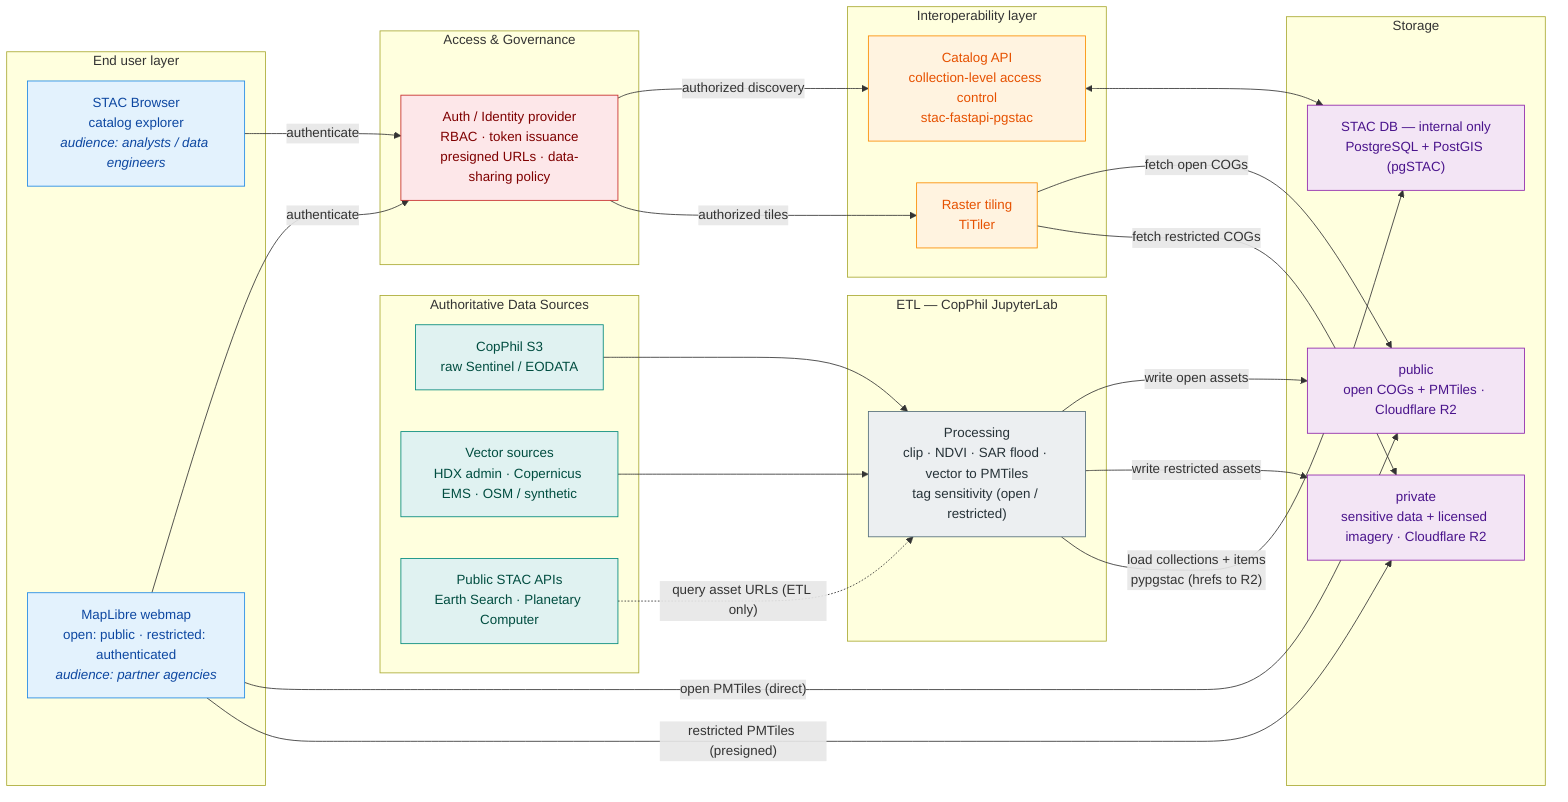
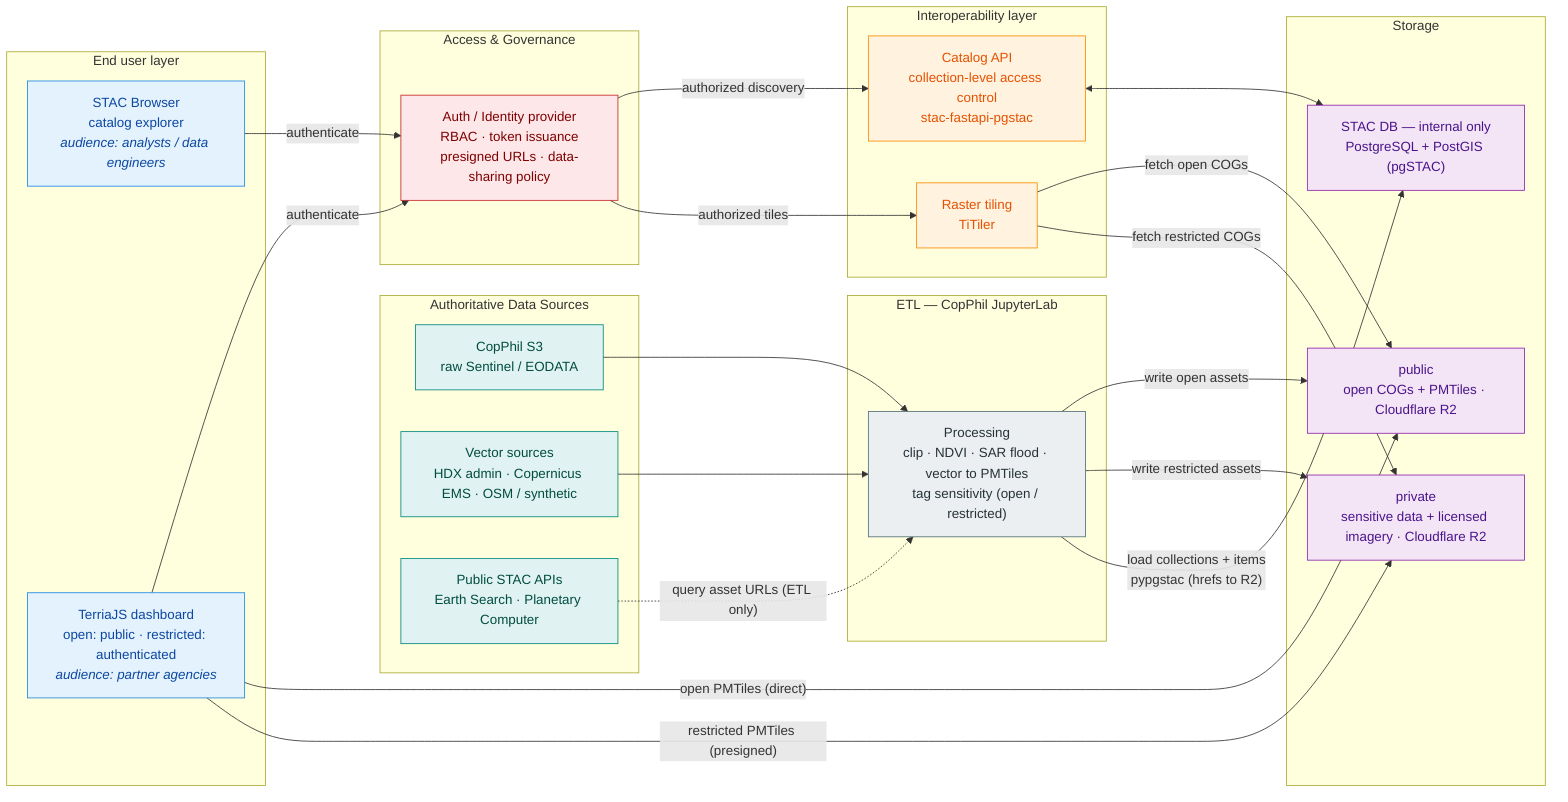
flowchart LR
    subgraph SRC["Authoritative Data Sources"]
        COP["CopPhil S3<br/>raw Sentinel / EODATA"]
        VEC["Vector sources<br/>HDX admin · Copernicus EMS · OSM / synthetic"]
        PUB["Public STAC APIs<br/>Earth Search · Planetary Computer"]
    end

    subgraph ETLP["ETL — CopPhil JupyterLab"]
        JUP["Processing<br/>clip · NDVI · SAR flood · vector to PMTiles<br/>tag sensitivity (open / restricted)"]
    end

    subgraph STORE["Storage"]
        R2PRIV["private<br/>sensitive data + licensed imagery · Cloudflare R2"]
        DB["STAC DB — internal only<br/>PostgreSQL + PostGIS (pgSTAC)"]
        R2PUB["public<br/>open COGs + PMTiles · Cloudflare R2"]
    end

    subgraph UIP["End user layer"]
        BROW["STAC Browser<br/>catalog explorer<br/><i>audience: analysts / data engineers</i>"]
-         MAP["MapLibre webmap<br/>open: public · restricted: authenticated<br/><i>audience: partner agencies</i>"]
+         DASH["TerriaJS dashboard<br/>open: public · restricted: authenticated<br/><i>audience: partner agencies</i>"]
    end

    subgraph GATE["Access &amp; Governance"]
        AUTH["Auth / Identity provider<br/>RBAC · token issuance<br/>presigned URLs · data-sharing policy"]
    end

    subgraph SERVE["Interoperability layer"]
        API["Catalog API<br/>collection-level access control<br/>stac-fastapi-pgstac"]
        TIT["Raster tiling<br/>"TiTiler]
    end

    COP --> JUP
    VEC --> JUP
    PUB -. "query asset URLs (ETL only)" .-> JUP
    JUP -- "write open assets" --> R2PUB
    JUP -- "write restricted assets" --> R2PRIV

    BROW -- "authenticate" --> AUTH
-     MAP -- "authenticate" --> AUTH
+     DASH -- "authenticate" --> AUTH
    AUTH -- "authorized discovery" --> API
    AUTH -- "authorized tiles" --> TIT
    API <--> DB

    TIT -- "fetch open COGs" --> R2PUB
    TIT -- "fetch restricted COGs" --> R2PRIV
-     MAP -- "open PMTiles (direct)" --> R2PUB
-     MAP -- "restricted PMTiles (presigned)" --> R2PRIV
+     DASH -- "open PMTiles (direct)" --> R2PUB
+     DASH -- "restricted PMTiles (presigned)" --> R2PRIV
    JUP -- "load collections + items<br/>pypgstac (hrefs to R2)" --> DB

    classDef src fill:#e0f2f1,stroke:#00897b,color:#004d40;
    classDef etl fill:#eceff1,stroke:#546e7a,color:#263238;
    classDef store fill:#f3e5f5,stroke:#8e24aa,color:#4a148c;
    classDef serve fill:#fff3e0,stroke:#fb8c00,color:#e65100;
    classDef gate fill:#fde7e9,stroke:#c62828,color:#7f0000;
    classDef ui fill:#e3f2fd,stroke:#1e88e5,color:#0d47a1;

    class COP,PUB,VEC src;
    class JUP etl;
    class DB,R2PUB,R2PRIV store;
    class API,TIT serve;
    class AUTH gate;
-     class MAP,BROW ui;
+     class DASH,BROW ui;
